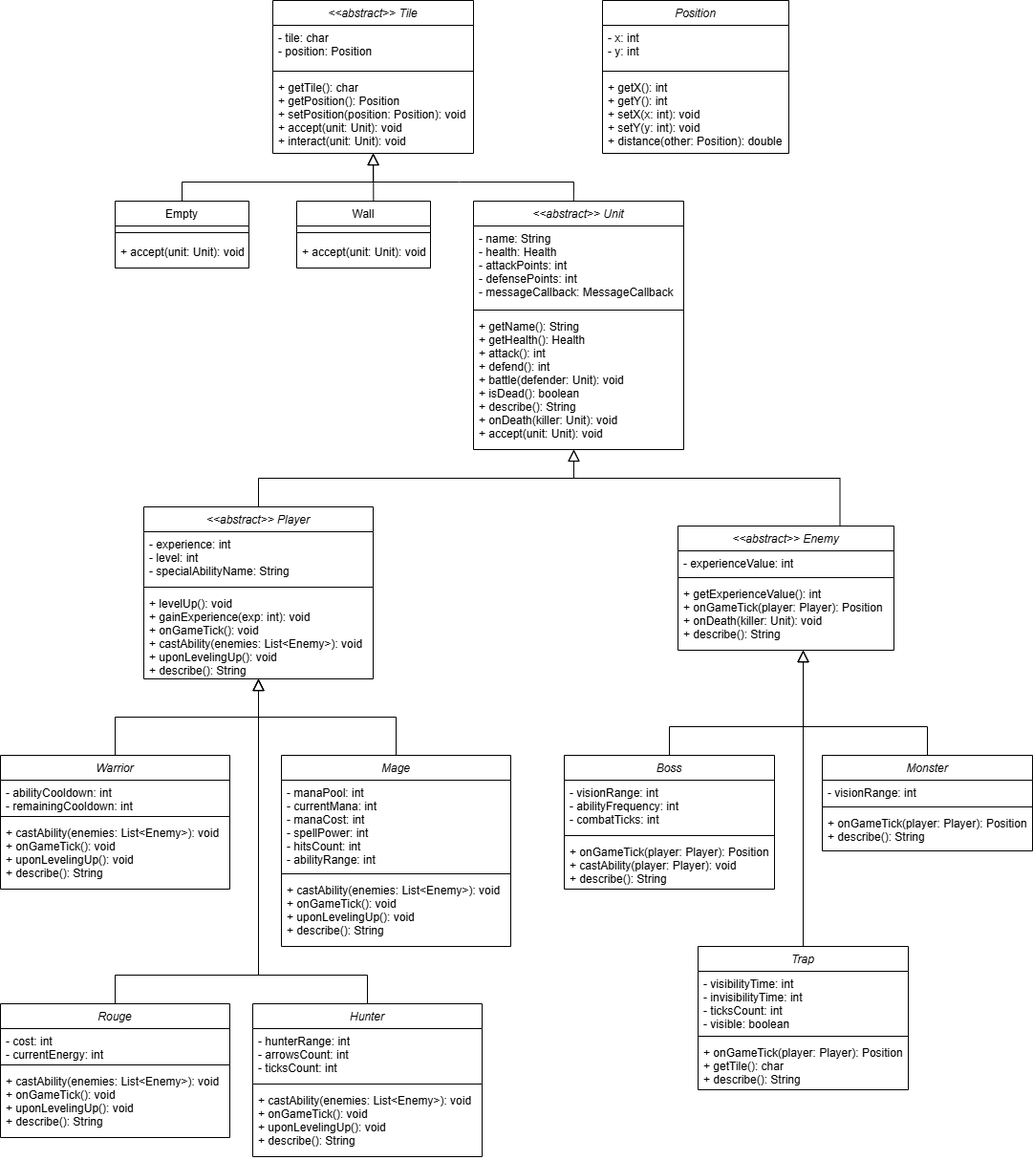
Before: assets/d&d.drawio.png, a diagram exported from draw.io (morshay1/dungeons-and-dragons). Source tidied: cells renumbered, new cells last; positions are measured from the earlier drawing's top-left corner, leaving out a move shared by most shapes.
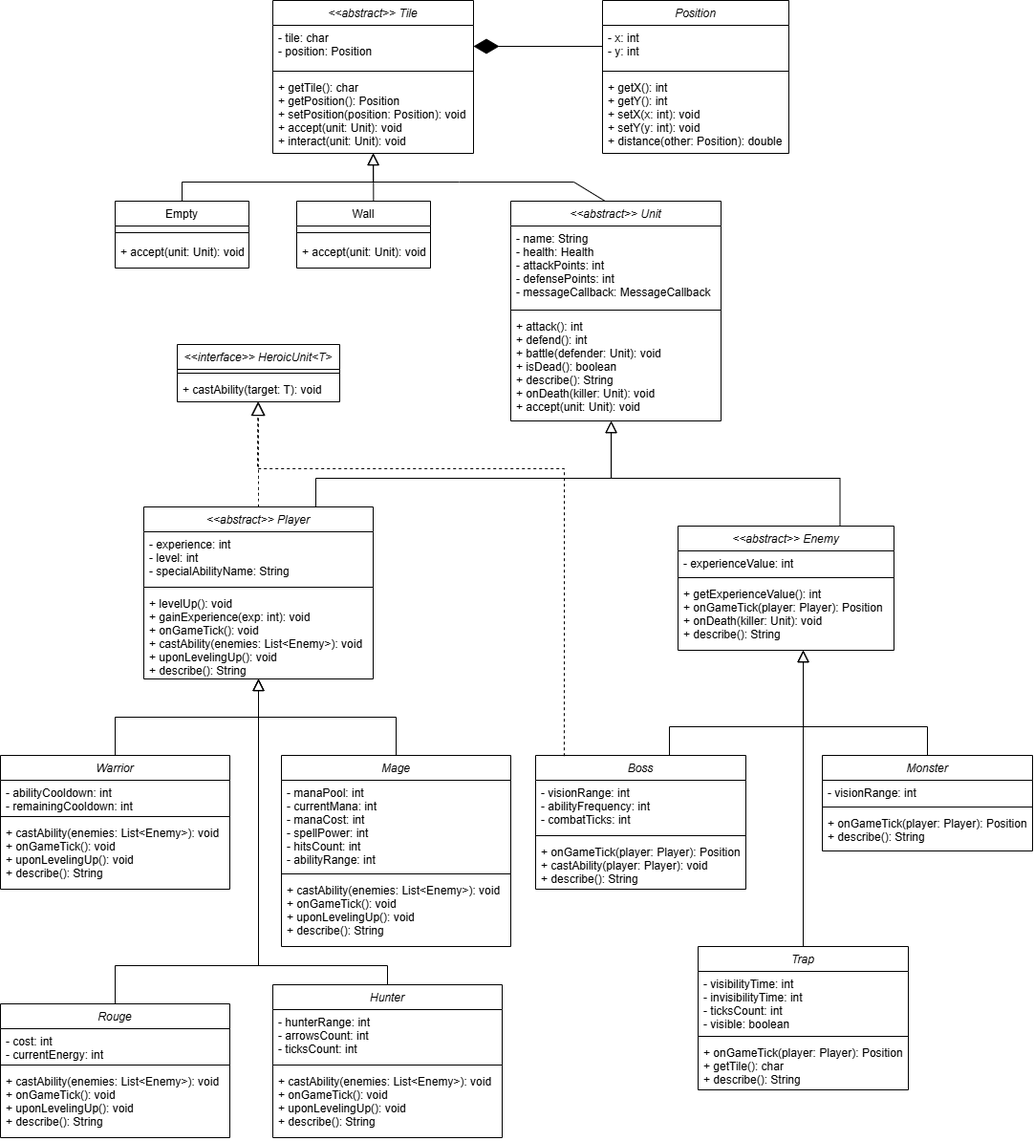
Above is the later version.

Diff of the diagram source:
```diff
@@ -53,7 +53,7 @@
       <mxGeometry y="40" width="140" height="30" as="geometry" />
     </mxCell>
     <mxCell id="15" value="&lt;&lt;abstract&gt;&gt; Unit" style="swimlane;fontStyle=2;align=center;verticalAlign=top;horizontal=1;startSize=26;rounded=0;shadow=0;strokeWidth=1;" parent="1" vertex="1">
-      <mxGeometry x="495" y="210" width="220" height="260" as="geometry" />
+      <mxGeometry x="534" y="210" width="220" height="230" as="geometry" />
     </mxCell>
     <mxCell id="16" value="- name: String&#10;- health: Health&#10;- attackPoints: int&#10;- defensePoints: int&#10;- messageCallback: MessageCallback" style="text;align=left;verticalAlign=top;spacingLeft=4;spacingRight=4;overflow=hidden;rounded=0;shadow=0;html=0;" parent="15" vertex="1">
       <mxGeometry y="26" width="220" height="84" as="geometry" />
@@ -61,8 +61,8 @@
     <mxCell id="17" style="line;html=1;strokeWidth=1;align=left;verticalAlign=middle;spacingTop=-1;spacingLeft=3;spacingRight=3;labelPosition=right;" parent="15" vertex="1">
       <mxGeometry y="110" width="220" height="8" as="geometry" />
     </mxCell>
-    <mxCell id="18" value="+ getName(): String&#10;+ getHealth(): Health&#10;+ attack(): int&#10;+ defend(): int&#10;+ battle(defender: Unit): void&#10;+ isDead(): boolean&#10;+ describe(): String&#10;+ onDeath(killer: Unit): void&#10;+ accept(unit: Unit): void&#10;&#10;&#10;&#10;&#10;" style="text;align=left;verticalAlign=top;spacingLeft=4;spacingRight=4;overflow=hidden;points=[[0,0.5],[1,0.5]];portConstraint=eastwest;" parent="15" vertex="1">
-      <mxGeometry y="118" width="220" height="142" as="geometry" />
+    <mxCell id="18" value="+ attack(): int&#10;+ defend(): int&#10;+ battle(defender: Unit): void&#10;+ isDead(): boolean&#10;+ describe(): String&#10;+ onDeath(killer: Unit): void&#10;+ accept(unit: Unit): void&#10;&#10;&#10;&#10;&#10;" style="text;align=left;verticalAlign=top;spacingLeft=4;spacingRight=4;overflow=hidden;points=[[0,0.5],[1,0.5]];portConstraint=eastwest;" parent="15" vertex="1">
+      <mxGeometry y="118" width="220" height="112" as="geometry" />
     </mxCell>
     <mxCell id="19" value="&lt;&lt;abstract&gt;&gt; Player" style="swimlane;fontStyle=2;align=center;verticalAlign=top;horizontal=1;startSize=26;rounded=0;shadow=0;strokeWidth=1;" parent="1" vertex="1">
       <mxGeometry x="150" y="530" width="240" height="180" as="geometry" />
@@ -112,7 +112,7 @@
       <mxGeometry relative="1" as="geometry">
         <mxPoint x="270" y="-80" as="targetPoint" />
         <Array as="points">
-          <mxPoint x="220" y="230" />
+          <mxPoint x="200" y="220" />
         </Array>
       </mxGeometry>
     </mxCell>
@@ -141,7 +141,7 @@
       <mxGeometry y="68" width="240" height="72" as="geometry" />
     </mxCell>
     <mxCell id="41" value="Hunter" style="swimlane;fontStyle=2;align=center;verticalAlign=top;horizontal=1;startSize=26;rounded=0;shadow=0;strokeWidth=1;" parent="1" vertex="1">
-      <mxGeometry x="264" y="1050" width="240" height="160" as="geometry" />
+      <mxGeometry x="285" y="1030" width="240" height="160" as="geometry" />
     </mxCell>
     <mxCell id="42" value="- hunterRange: int&#10;- arrowsCount: int&#10;- ticksCount: int" style="text;align=left;verticalAlign=top;spacingLeft=4;spacingRight=4;overflow=hidden;rounded=0;shadow=0;html=0;" parent="41" vertex="1">
       <mxGeometry y="26" width="240" height="54" as="geometry" />
@@ -177,7 +177,7 @@
       <mxGeometry y="98" width="220" height="52" as="geometry" />
     </mxCell>
     <mxCell id="53" value="Boss" style="swimlane;fontStyle=2;align=center;verticalAlign=top;horizontal=1;startSize=26;rounded=0;shadow=0;strokeWidth=1;" parent="1" vertex="1">
-      <mxGeometry x="590" y="790" width="220" height="140" as="geometry" />
+      <mxGeometry x="560" y="790" width="220" height="140" as="geometry" />
     </mxCell>
     <mxCell id="54" value="- visionRange: int&#10;- abilityFrequency: int&#10;- combatTicks: int" style="text;align=left;verticalAlign=top;spacingLeft=4;spacingRight=4;overflow=hidden;rounded=0;shadow=0;html=0;" parent="53" vertex="1">
       <mxGeometry y="26" width="220" height="54" as="geometry" />
@@ -200,17 +200,15 @@
     <mxCell id="60" value="+ getX(): int&#10;+ getY(): int&#10;+ setX(x: int): void&#10;+ setY(y: int): void&#10;+ distance(other: Position): double&#10;&#10;&#10;&#10;&#10;&#10;&#10;" style="text;align=left;verticalAlign=top;spacingLeft=4;spacingRight=4;overflow=hidden;" parent="57" vertex="1">
       <mxGeometry y="78" width="195" height="82" as="geometry" />
     </mxCell>
-    <mxCell id="61" style="endArrow=block;endSize=10;endFill=0;shadow=0;strokeWidth=1;rounded=0;curved=0;edgeStyle=elbowEdgeStyle;elbow=vertical;exitX=0.5;exitY=0;exitDx=0;exitDy=0;" parent="1" edge="1" source="19">
+    <mxCell id="61" style="endArrow=block;endSize=10;endFill=0;shadow=0;strokeWidth=1;rounded=0;curved=0;edgeStyle=elbowEdgeStyle;elbow=vertical;exitX=0.75;exitY=0;exitDx=0;exitDy=0;entryX=0.477;entryY=1.002;entryDx=0;entryDy=0;entryPerimeter=0;" parent="1" edge="1" source="19" target="18">
       <mxGeometry relative="1" as="geometry">
-        <mxPoint x="600" y="470" as="targetPoint" />
         <Array as="points">
           <mxPoint x="600" y="500" />
         </Array>
       </mxGeometry>
     </mxCell>
-    <mxCell id="62" style="endArrow=block;endSize=10;endFill=0;shadow=0;strokeWidth=1;rounded=0;curved=0;edgeStyle=elbowEdgeStyle;elbow=vertical;exitX=0.75;exitY=0;exitDx=0;exitDy=0;" parent="1" edge="1" source="23">
+    <mxCell id="62" style="endArrow=block;endSize=10;endFill=0;shadow=0;strokeWidth=1;rounded=0;curved=0;edgeStyle=elbowEdgeStyle;elbow=vertical;exitX=0.75;exitY=0;exitDx=0;exitDy=0;entryX=0.478;entryY=1;entryDx=0;entryDy=0;entryPerimeter=0;" parent="1" edge="1" source="23" target="18">
       <mxGeometry relative="1" as="geometry">
-        <mxPoint x="600" y="470" as="targetPoint" />
         <Array as="points">
           <mxPoint x="730" y="500" />
         </Array>
@@ -249,9 +247,34 @@
       <mxGeometry relative="1" as="geometry">
         <mxPoint x="270" y="710" as="targetPoint" />
         <Array as="points">
-          <mxPoint x="290" y="1020" />
+          <mxPoint x="340" y="1010" />
         </Array>
       </mxGeometry>
     </mxCell>
+    <mxCell id="68" style="endArrow=diamondThin;endFill=1;endSize=24;html=1;rounded=0;fontSize=12;curved=1;entryX=1;entryY=0.5;entryDx=0;entryDy=0;exitX=0;exitY=0.5;exitDx=0;exitDy=0;" parent="1" edge="1" source="58" target="3">
+      <mxGeometry relative="1" as="geometry" />
+    </mxCell>
+    <mxCell id="69" value="&lt;&lt;interface&gt;&gt; HeroicUnit&lt;T&gt;" style="swimlane;fontStyle=2;align=center;verticalAlign=top;horizontal=1;startSize=26;rounded=0;shadow=0;strokeWidth=1;" parent="1" vertex="1">
+      <mxGeometry x="185" y="360" width="170" height="60" as="geometry" />
+    </mxCell>
+    <mxCell id="70" style="line;html=1;strokeWidth=1;align=left;verticalAlign=middle;spacingTop=-1;spacingLeft=3;spacingRight=3;labelPosition=right;" parent="69" vertex="1">
+      <mxGeometry y="26" width="170" height="8" as="geometry" />
+    </mxCell>
+    <mxCell id="71" value="+ castAbility(target: T): void&#10;&#10;&#10;&#10;&#10;&#10;&#10;&#10;&#10;&#10;&#10;" style="text;align=left;verticalAlign=top;spacingLeft=4;spacingRight=4;overflow=hidden;points=[[0,0.5],[1,0.5]];portConstraint=eastwest;" parent="69" vertex="1">
+      <mxGeometry y="34" width="170" height="26" as="geometry" />
+    </mxCell>
+    <mxCell id="72" style="endArrow=block;dashed=1;endFill=0;endSize=12;html=1;rounded=0;fontSize=12;curved=1;exitX=0.5;exitY=0;exitDx=0;exitDy=0;entryX=0.5;entryY=1;entryDx=0;entryDy=0;entryPerimeter=0;" parent="1" edge="1" source="19" target="71">
+      <mxGeometry relative="1" as="geometry" />
+    </mxCell>
+    <mxCell id="73" style="endArrow=block;dashed=1;endFill=0;endSize=12;html=1;rounded=0;fontSize=12;curved=0;exitX=0.136;exitY=0.005;exitDx=0;exitDy=0;entryX=0.5;entryY=1;entryDx=0;entryDy=0;entryPerimeter=0;exitPerimeter=0;" parent="1" edge="1" source="53">
+      <mxGeometry relative="1" as="geometry">
+        <mxPoint x="269.4" y="420" as="targetPoint" />
+        <Array as="points">
+          <mxPoint x="590" y="670" />
+          <mxPoint x="590" y="490" />
+          <mxPoint x="269" y="490" />
+        </Array>
+      </mxGeometry>
+    </mxCell>
   </root>
 </mxGraphModel>
```
